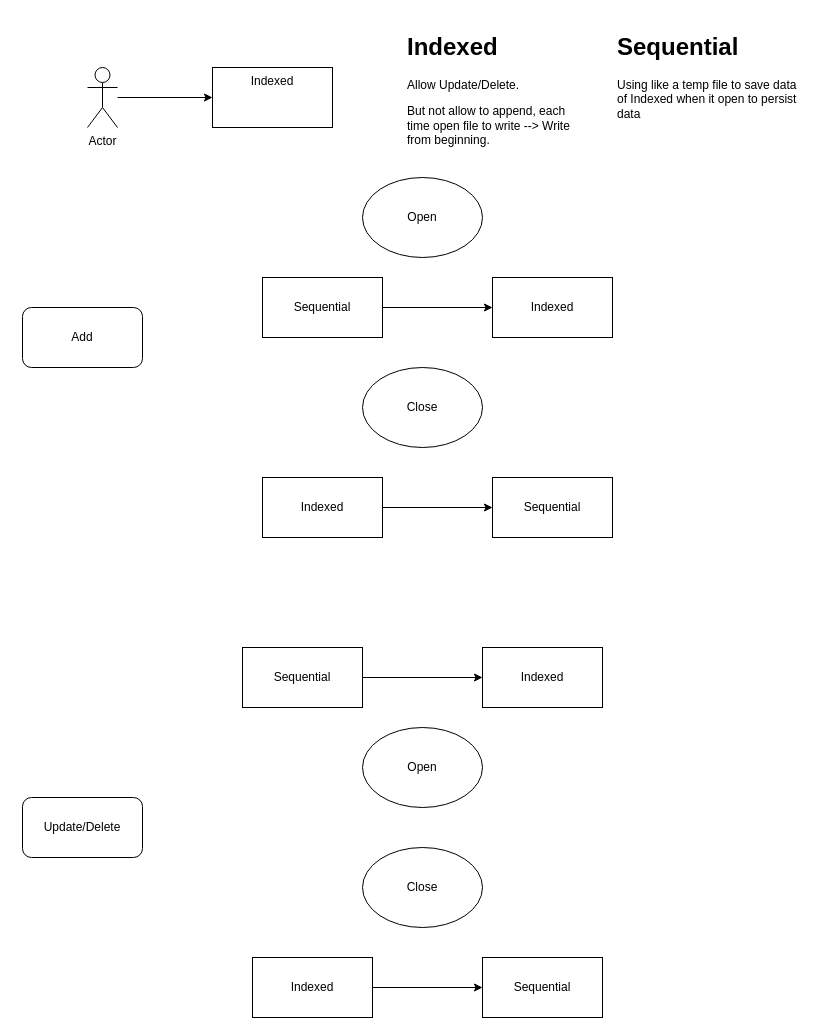
The draw.io diagram Flow.drawio in NDTChan/cobol-crud, before the edit. Source tidied: cells renumbered, new cells numbered last; positions are measured from the earlier drawing's top-left corner, leaving out a move shared by most shapes. Both pictures are drawn from the tidied source at 100%, with x=0, y=0 at pixel (22, 27).
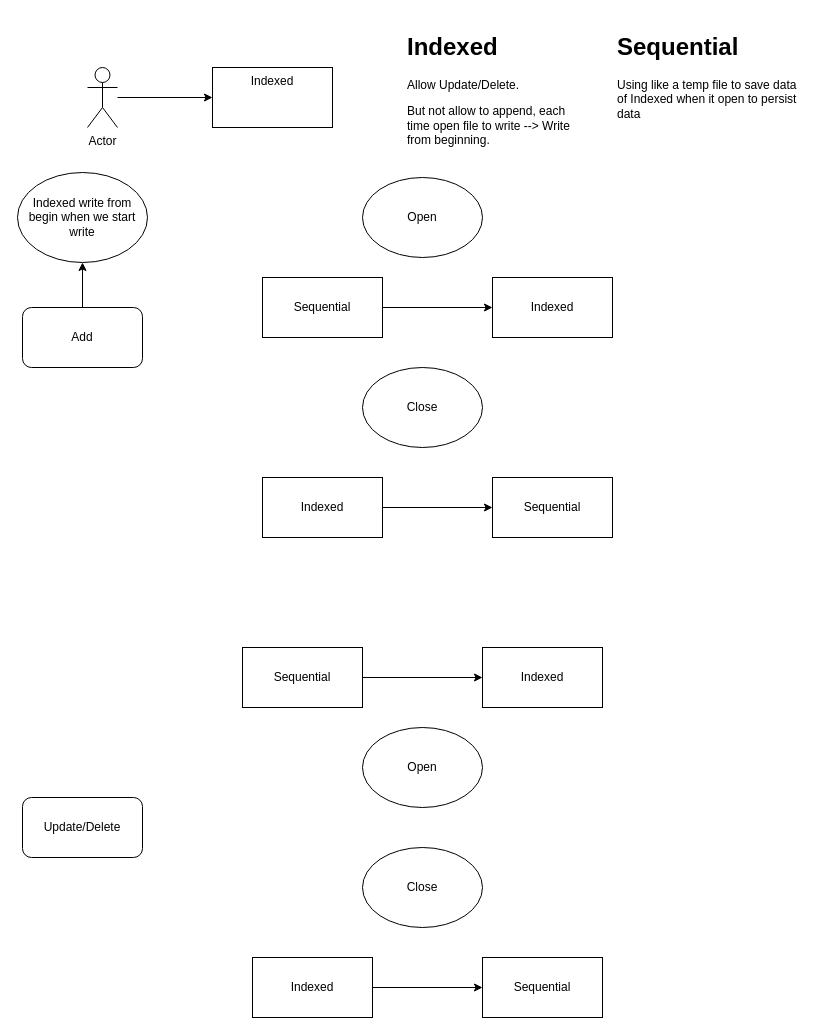
The same page after the edit.

Unchanged cells that the change refers to:
```xml
<mxCell id="8" value="Add" style="rounded=1;whiteSpace=wrap;html=1;" parent="1" vertex="1">
  <mxGeometry y="280" width="120" height="60" as="geometry" />
</mxCell>
```

Change to the diagram source:
```diff
@@
+    <mxCell id="25" style="edgeStyle=none;html=1;" parent="1" edge="1" source="8" target="26">
+      <mxGeometry relative="1" as="geometry" />
+    </mxCell>
@@
+    <mxCell id="26" value="Indexed write from begin when we start write" style="ellipse;whiteSpace=wrap;html=1;rounded=1;" parent="1" vertex="1">
+      <mxGeometry x="-5" y="145" width="130" height="90" as="geometry" />
+    </mxCell>
```
